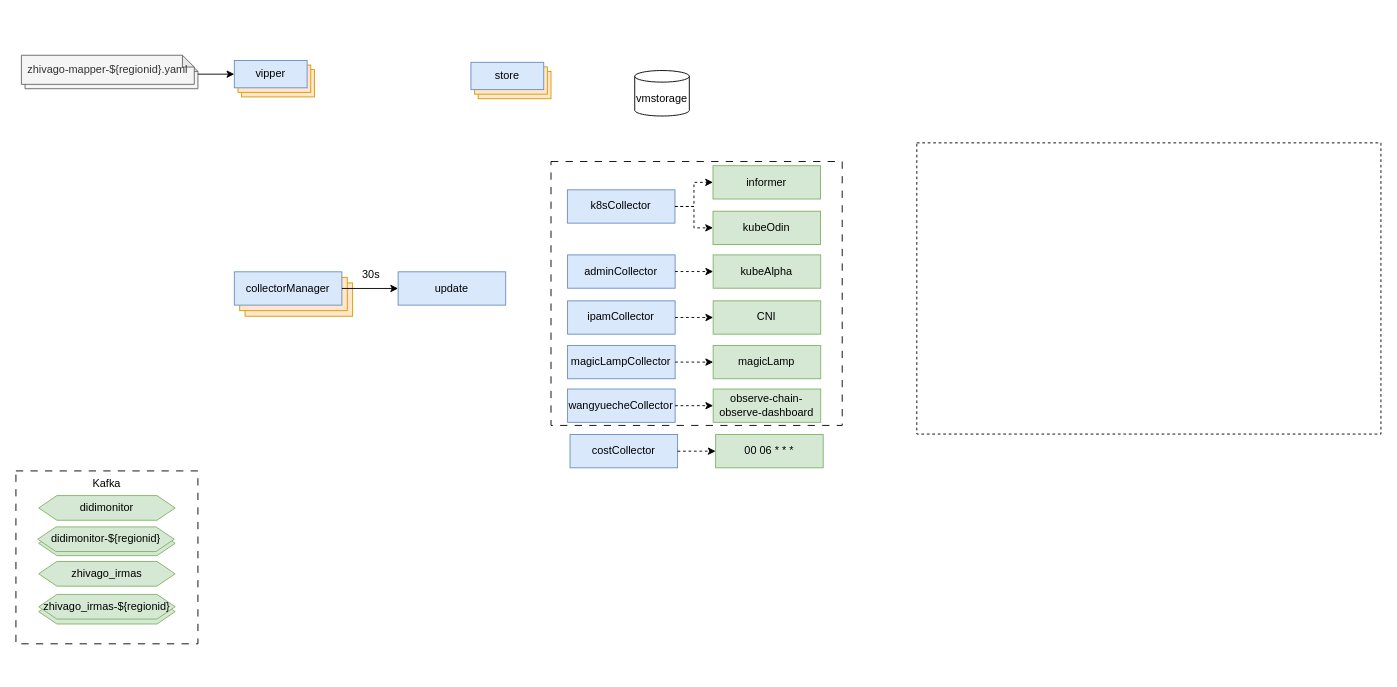
The draw.io diagram 未命名绘图.drawio in zhangfuli/draw.io, before the edit. Source tidied: cells renumbered, new cells numbered last; positions are measured from the earlier drawing's top-left corner, leaving out a move shared by most shapes. Both pictures are drawn from the tidied source at 91%, with x=0, y=0 at pixel (15, 52).
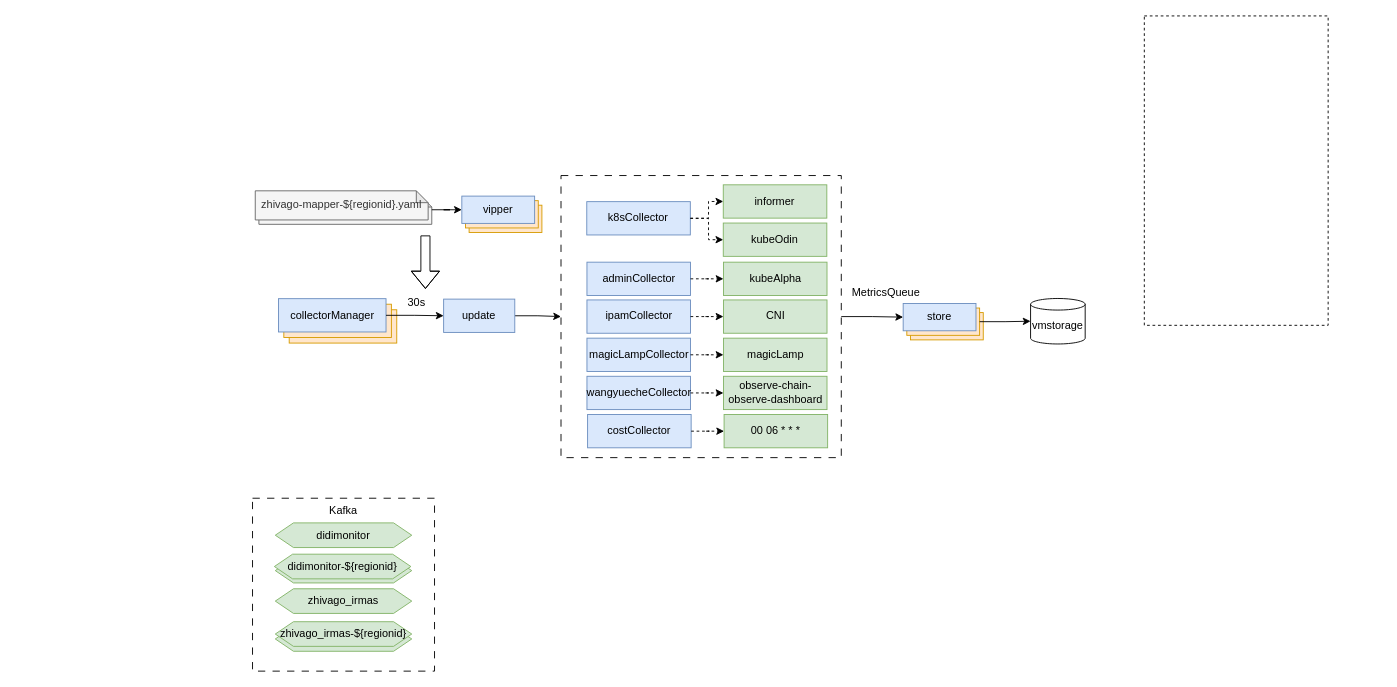
Above is the later version.

Commit message (it also covers changes not shown here):
更新未命名绘图.drawio

Unchanged cells that the change refers to:
```xml
<mxCell id="25" style="rounded=0;whiteSpace=wrap;html=1;fillColor=#ffe6cc;strokeColor=#d79b00;" parent="23" vertex="1">
  <mxGeometry x="4" y="6" width="80" height="30" as="geometry" />
</mxCell>
<mxCell id="26" value="store" style="rounded=0;whiteSpace=wrap;html=1;fillColor=#dae8fc;strokeColor=#6c8ebf;" parent="23" vertex="1">
  <mxGeometry y="1" width="80" height="30" as="geometry" />
</mxCell>
```

Diff of the diagram source:
```diff
@@
+    <mxCell id="34" style="rounded=0;whiteSpace=wrap;html=1;dashed=1;" parent="1" vertex="1">
+      <mxGeometry x="1240" y="-40" width="202" height="340" as="geometry" />
+    </mxCell>
     <mxCell id="2" value="vmstorage" style="shape=cylinder3;whiteSpace=wrap;html=1;boundedLbl=1;backgroundOutline=1;size=6.370370370370267;" parent="1" vertex="1">
-      <mxGeometry x="680" y="20" width="60" height="50" as="geometry" />
+      <mxGeometry x="1115" y="270.5" width="60" height="50" as="geometry" />
     </mxCell>
     <mxCell id="3" style="group;" parent="1" vertex="1">
-      <mxGeometry y="460" width="200" height="190" as="geometry" />
+      <mxGeometry x="260" y="490" width="200" height="190" as="geometry" />
     </mxCell>
@@
     <mxCell id="15" style="group;" parent="1" vertex="1">
-      <mxGeometry width="200" height="40" as="geometry" />
+      <mxGeometry x="257" y="149" width="200" height="40" as="geometry" />
     </mxCell>
@@
     <mxCell id="18" style="group;" parent="1" vertex="1">
-      <mxGeometry x="240" y="8" width="88" height="41" as="geometry" />
+      <mxGeometry x="490" y="157" width="88" height="41" as="geometry" />
     </mxCell>
@@
     <mxCell id="23" style="group;" parent="1" vertex="1">
-      <mxGeometry x="500" y="10" width="88" height="41" as="geometry" />
+      <mxGeometry x="975" y="275" width="88" height="41" as="geometry" />
     </mxCell>
@@
     <mxCell id="27" style="group;" parent="1" vertex="1">
-      <mxGeometry x="240" y="240" width="130" height="50" as="geometry" />
+      <mxGeometry x="288.5" y="269.5" width="130" height="50" as="geometry" />
     </mxCell>
@@
+    <mxCell id="57" style="edgeStyle=orthogonalEdgeStyle;rounded=0;jettySize=auto;html=1;entryX=0;entryY=0.5;entryDx=0;entryDy=0;" parent="1" edge="1" source="31" target="36">
+      <mxGeometry relative="1" as="geometry" />
+    </mxCell>
     <mxCell id="31" value="update" style="rounded=0;whiteSpace=wrap;html=1;fillColor=#dae8fc;strokeColor=#6c8ebf;" parent="1" vertex="1">
-      <mxGeometry x="420" y="241.2" width="118.2" height="36.6" as="geometry" />
+      <mxGeometry x="470" y="271.2" width="78.2" height="36.6" as="geometry" />
     </mxCell>
@@
     <mxCell id="33" value="30s" style="text;html=1;align=center;verticalAlign=middle;strokeColor=none;fillColor=none;" parent="1" vertex="1">
-      <mxGeometry x="370" y="230" width="40" height="30" as="geometry" />
+      <mxGeometry x="420" y="260" width="40" height="30" as="geometry" />
     </mxCell>
-    <mxCell id="34" style="rounded=0;whiteSpace=wrap;html=1;dashed=1;" parent="1" vertex="1">
-      <mxGeometry x="990" y="99.5" width="510" height="320" as="geometry" />
-    </mxCell>
-    <mxCell id="35" style="group;" parent="1" vertex="1">
-      <mxGeometry x="588" y="120" width="320" height="290" as="geometry" />
-    </mxCell>
+    <mxCell id="58" style="group;" parent="1" vertex="1">
+      <mxGeometry x="609" y="116.5" width="308" height="340" as="geometry" />
+    </mxCell>
+    <mxCell id="59" style="group;" parent="58" vertex="1">
+      <mxGeometry x="-10" y="16.5" width="308" height="312.4" as="geometry" />
+    </mxCell>
-    <mxCell id="36" style="rounded=0;whiteSpace=wrap;html=1;dashed=1;dashPattern=8 8;" parent="35" vertex="1">
-      <mxGeometry width="320" height="290" as="geometry" />
+    <mxCell id="36" style="rounded=0;whiteSpace=wrap;html=1;dashed=1;dashPattern=8 8;" parent="59" vertex="1">
+      <mxGeometry y="2.4" width="308" height="310" as="geometry" />
     </mxCell>
-    <mxCell id="37" value="adminCollector" style="rounded=0;whiteSpace=wrap;html=1;fillColor=#dae8fc;strokeColor=#6c8ebf;" parent="35" vertex="1">
-      <mxGeometry x="18.2" y="102.6" width="118.2" height="36.6" as="geometry" />
+    <mxCell id="37" value="adminCollector" style="rounded=0;whiteSpace=wrap;html=1;fillColor=#dae8fc;strokeColor=#6c8ebf;" parent="59" vertex="1">
+      <mxGeometry x="28.5" y="97.6" width="113.8" height="36.6" as="geometry" />
     </mxCell>
-    <mxCell id="38" value="ipamCollector" style="rounded=0;whiteSpace=wrap;html=1;fillColor=#dae8fc;strokeColor=#6c8ebf;" parent="35" vertex="1">
-      <mxGeometry x="18.2" y="153.1" width="118.2" height="36.6" as="geometry" />
+    <mxCell id="38" value="ipamCollector" style="rounded=0;whiteSpace=wrap;html=1;fillColor=#dae8fc;strokeColor=#6c8ebf;" parent="59" vertex="1">
+      <mxGeometry x="28.5" y="139.1" width="113.8" height="36.6" as="geometry" />
     </mxCell>
-    <mxCell id="39" value="magicLampCollector" style="rounded=0;whiteSpace=wrap;html=1;fillColor=#dae8fc;strokeColor=#6c8ebf;" parent="35" vertex="1">
-      <mxGeometry x="18.2" y="202.1" width="118.2" height="36.6" as="geometry" />
+    <mxCell id="39" value="magicLampCollector" style="rounded=0;whiteSpace=wrap;html=1;fillColor=#dae8fc;strokeColor=#6c8ebf;" parent="59" vertex="1">
+      <mxGeometry x="28.5" y="181.1" width="113.8" height="36.6" as="geometry" />
     </mxCell>
-    <mxCell id="40" value="magicLamp" style="rounded=0;whiteSpace=wrap;html=1;fillColor=#d5e8d4;strokeColor=#82b366;" parent="35" vertex="1">
-      <mxGeometry x="178.2" y="202.1" width="118.2" height="36.6" as="geometry" />
+    <mxCell id="40" value="magicLamp" style="rounded=0;whiteSpace=wrap;html=1;fillColor=#d5e8d4;strokeColor=#82b366;" parent="59" vertex="1">
+      <mxGeometry x="178.5" y="181.1" width="113.8" height="36.6" as="geometry" />
     </mxCell>
-    <mxCell id="41" style="edgeStyle=orthogonalEdgeStyle;rounded=0;jettySize=auto;html=1;dashed=1;" parent="35" edge="1" source="39" target="40">
+    <mxCell id="41" style="edgeStyle=orthogonalEdgeStyle;rounded=0;jettySize=auto;html=1;dashed=1;" parent="59" edge="1" source="39" target="40">
       <mxGeometry relative="1" as="geometry" />
     </mxCell>
-    <mxCell id="42" value="CNI" style="rounded=0;whiteSpace=wrap;html=1;fillColor=#d5e8d4;strokeColor=#82b366;" parent="35" vertex="1">
-      <mxGeometry x="178.2" y="153.1" width="118.2" height="36.6" as="geometry" />
+    <mxCell id="42" value="CNI" style="rounded=0;whiteSpace=wrap;html=1;fillColor=#d5e8d4;strokeColor=#82b366;" parent="59" vertex="1">
+      <mxGeometry x="178.5" y="139.1" width="113.8" height="36.6" as="geometry" />
     </mxCell>
-    <mxCell id="43" style="edgeStyle=orthogonalEdgeStyle;rounded=0;jettySize=auto;html=1;dashed=1;" parent="35" edge="1" source="38" target="42">
+    <mxCell id="43" style="edgeStyle=orthogonalEdgeStyle;rounded=0;jettySize=auto;html=1;dashed=1;" parent="59" edge="1" source="38" target="42">
       <mxGeometry relative="1" as="geometry" />
     </mxCell>
-    <mxCell id="44" value="k8sCollector" style="rounded=0;whiteSpace=wrap;html=1;fillColor=#dae8fc;strokeColor=#6c8ebf;" parent="35" vertex="1">
-      <mxGeometry x="18" y="31.1" width="118.2" height="36.6" as="geometry" />
+    <mxCell id="44" value="k8sCollector" style="rounded=0;whiteSpace=wrap;html=1;fillColor=#dae8fc;strokeColor=#6c8ebf;" parent="59" vertex="1">
+      <mxGeometry x="28.3" y="31.1" width="113.8" height="36.6" as="geometry" />
     </mxCell>
-    <mxCell id="45" value="informer" style="rounded=0;whiteSpace=wrap;html=1;fillColor=#d5e8d4;strokeColor=#82b366;" parent="35" vertex="1">
-      <mxGeometry x="178" y="4.6" width="118.2" height="36.6" as="geometry" />
+    <mxCell id="45" value="informer" style="rounded=0;whiteSpace=wrap;html=1;fillColor=#d5e8d4;strokeColor=#82b366;" parent="59" vertex="1">
+      <mxGeometry x="178.3" y="12.6" width="113.8" height="36.6" as="geometry" />
     </mxCell>
-    <mxCell id="46" value="kubeOdin" style="rounded=0;whiteSpace=wrap;html=1;fillColor=#d5e8d4;strokeColor=#82b366;" parent="35" vertex="1">
-      <mxGeometry x="178" y="54.6" width="118.2" height="36.6" as="geometry" />
+    <mxCell id="46" value="kubeOdin" style="rounded=0;whiteSpace=wrap;html=1;fillColor=#d5e8d4;strokeColor=#82b366;" parent="59" vertex="1">
+      <mxGeometry x="178.3" y="54.6" width="113.8" height="36.6" as="geometry" />
     </mxCell>
-    <mxCell id="47" style="edgeStyle=orthogonalEdgeStyle;rounded=0;jettySize=auto;html=1;dashed=1;" parent="35" edge="1" source="44" target="46">
+    <mxCell id="47" style="edgeStyle=orthogonalEdgeStyle;rounded=0;jettySize=auto;html=1;dashed=1;" parent="59" edge="1" source="44" target="46">
       <mxGeometry relative="1" as="geometry" />
     </mxCell>
-    <mxCell id="48" style="edgeStyle=orthogonalEdgeStyle;rounded=0;jettySize=auto;html=1;exitX=1;exitY=0.5;exitDx=0;exitDy=0;entryX=0;entryY=0.5;entryDx=0;entryDy=0;dashed=1;" parent="35" edge="1" source="44" target="45">
+    <mxCell id="48" style="edgeStyle=orthogonalEdgeStyle;rounded=0;jettySize=auto;html=1;exitX=1;exitY=0.5;exitDx=0;exitDy=0;entryX=0;entryY=0.5;entryDx=0;entryDy=0;dashed=1;" parent="59" edge="1" source="44" target="45">
       <mxGeometry relative="1" as="geometry" />
     </mxCell>
-    <mxCell id="49" value="kubeAlpha" style="rounded=0;whiteSpace=wrap;html=1;fillColor=#d5e8d4;strokeColor=#82b366;" parent="35" vertex="1">
-      <mxGeometry x="178.2" y="102.6" width="118.2" height="36.6" as="geometry" />
+    <mxCell id="49" value="kubeAlpha" style="rounded=0;whiteSpace=wrap;html=1;fillColor=#d5e8d4;strokeColor=#82b366;" parent="59" vertex="1">
+      <mxGeometry x="178.5" y="97.6" width="113.8" height="36.6" as="geometry" />
     </mxCell>
-    <mxCell id="50" style="edgeStyle=orthogonalEdgeStyle;rounded=0;jettySize=auto;html=1;dashed=1;" parent="35" edge="1" source="37" target="49">
+    <mxCell id="50" style="edgeStyle=orthogonalEdgeStyle;rounded=0;jettySize=auto;html=1;dashed=1;" parent="59" edge="1" source="37" target="49">
       <mxGeometry relative="1" as="geometry" />
     </mxCell>
-    <mxCell id="51" value="wangyuecheCollector" style="rounded=0;whiteSpace=wrap;html=1;fillColor=#dae8fc;strokeColor=#6c8ebf;" parent="35" vertex="1">
-      <mxGeometry x="18.2" y="250" width="118.2" height="36.6" as="geometry" />
+    <mxCell id="51" value="wangyuecheCollector" style="rounded=0;whiteSpace=wrap;html=1;fillColor=#dae8fc;strokeColor=#6c8ebf;" parent="59" vertex="1">
+      <mxGeometry x="28.5" y="223" width="113.8" height="36.6" as="geometry" />
     </mxCell>
-    <mxCell id="52" value="observe-chain-observe-dashboard" style="rounded=0;whiteSpace=wrap;html=1;fillColor=#d5e8d4;strokeColor=#82b366;" parent="35" vertex="1">
-      <mxGeometry x="178.2" y="250" width="118.2" height="36.6" as="geometry" />
+    <mxCell id="52" value="observe-chain-observe-dashboard" style="rounded=0;whiteSpace=wrap;html=1;fillColor=#d5e8d4;strokeColor=#82b366;" parent="59" vertex="1">
+      <mxGeometry x="178.5" y="223" width="113.8" height="36.6" as="geometry" />
     </mxCell>
-    <mxCell id="53" style="edgeStyle=orthogonalEdgeStyle;rounded=0;jettySize=auto;html=1;dashed=1;" parent="35" edge="1" source="51" target="52">
+    <mxCell id="53" style="edgeStyle=orthogonalEdgeStyle;rounded=0;jettySize=auto;html=1;dashed=1;" parent="59" edge="1" source="51" target="52">
       <mxGeometry relative="1" as="geometry" />
     </mxCell>
-    <mxCell id="54" value="costCollector" style="rounded=0;whiteSpace=wrap;html=1;fillColor=#dae8fc;strokeColor=#6c8ebf;" parent="1" vertex="1">
-      <mxGeometry x="608.9" y="420" width="118.2" height="36.6" as="geometry" />
+    <mxCell id="54" value="costCollector" style="rounded=0;whiteSpace=wrap;html=1;fillColor=#dae8fc;strokeColor=#6c8ebf;" parent="59" vertex="1">
+      <mxGeometry x="29.2" y="265" width="113.8" height="36.6" as="geometry" />
     </mxCell>
-    <mxCell id="55" value="00 06 * * *" style="rounded=0;whiteSpace=wrap;html=1;fillColor=#d5e8d4;strokeColor=#82b366;" parent="1" vertex="1">
-      <mxGeometry x="768.9" y="420" width="118.2" height="36.6" as="geometry" />
+    <mxCell id="55" value="00 06 * * *" style="rounded=0;whiteSpace=wrap;html=1;fillColor=#d5e8d4;strokeColor=#82b366;" parent="59" vertex="1">
+      <mxGeometry x="179.2" y="265" width="113.8" height="36.6" as="geometry" />
     </mxCell>
-    <mxCell id="56" style="edgeStyle=orthogonalEdgeStyle;rounded=0;jettySize=auto;html=1;dashed=1;" parent="1" edge="1" source="54" target="55">
+    <mxCell id="56" style="edgeStyle=orthogonalEdgeStyle;rounded=0;jettySize=auto;html=1;dashed=1;" parent="59" edge="1" source="54" target="55">
       <mxGeometry relative="1" as="geometry" />
     </mxCell>
+    <mxCell id="60" style="edgeStyle=orthogonalEdgeStyle;rounded=0;jettySize=auto;html=1;" parent="1" edge="1" source="36" target="26">
+      <mxGeometry relative="1" as="geometry" />
+    </mxCell>
+    <mxCell id="61" value="MetricsQueue" style="text;whiteSpace=wrap;" parent="1" vertex="1">
+      <mxGeometry x="917" y="250" width="110" height="40" as="geometry" />
+    </mxCell>
+    <mxCell id="62" style="edgeStyle=orthogonalEdgeStyle;rounded=0;jettySize=auto;html=1;" parent="1" edge="1" source="25" target="2">
+      <mxGeometry relative="1" as="geometry" />
+    </mxCell>
+    <mxCell id="63" style="shape=flexArrow;endArrow=classic;html=1;rounded=0;" parent="1" edge="1">
+      <mxGeometry relative="1" as="geometry">
+        <mxPoint x="450" y="201.2" as="sourcePoint" />
+        <mxPoint x="450" y="260" as="targetPoint" />
+        <Array as="points">
+          <mxPoint x="450" y="240" />
+        </Array>
+      </mxGeometry>
+    </mxCell>
```
